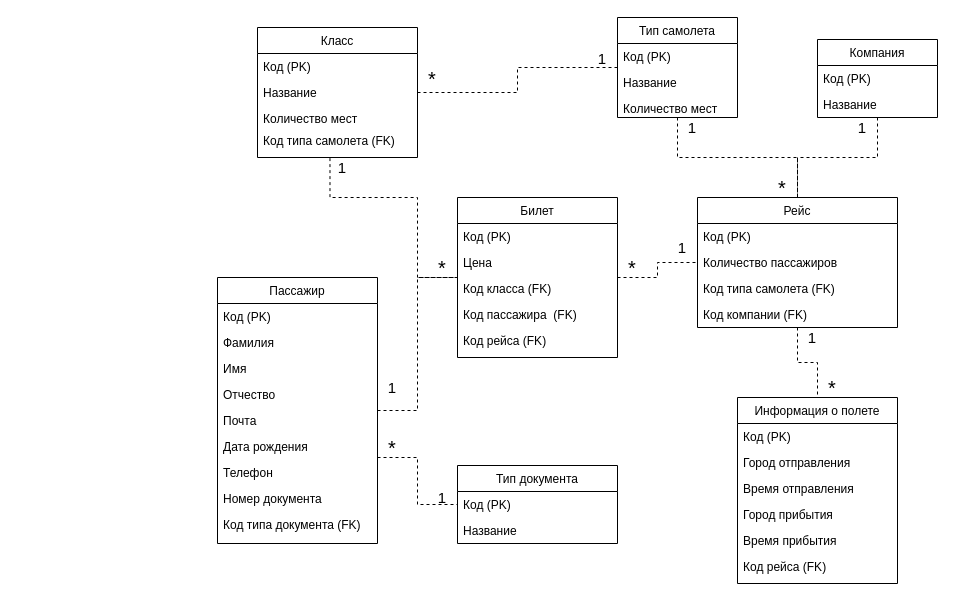
Kniger33/Institute keeps this draw.io diagram as 2 course/1 sem/БД/Вадим бд/Логическая схема.drawio. Above is the earlier version. Source tidied: cells renumbered, new cells numbered last; positions are measured from the earlier drawing's top-left corner, leaving out a move shared by most shapes. Both pictures are drawn from the tidied source at 100%, with x=0, y=0 at pixel (217, 17).
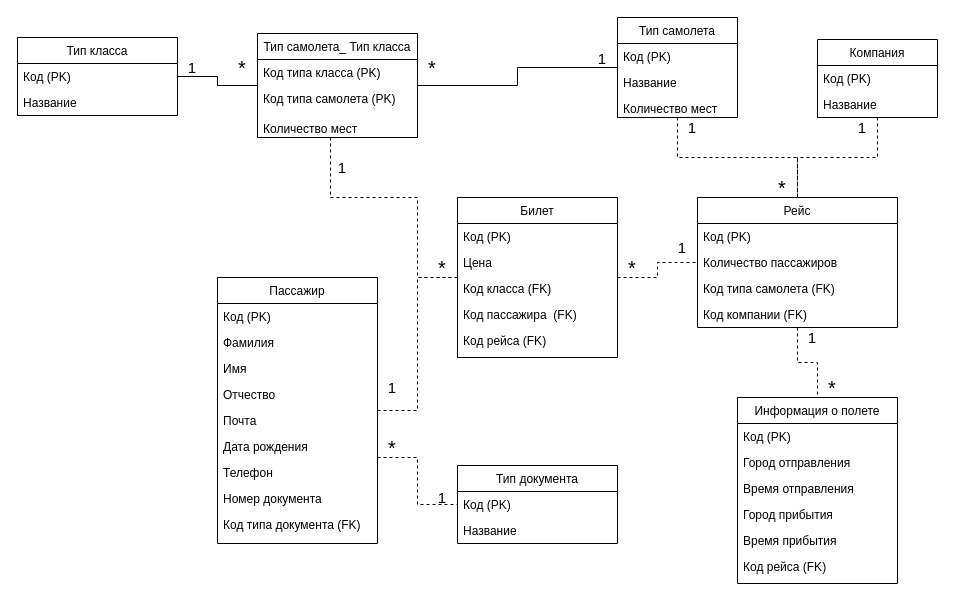
Above is the later version.

Unchanged cells that the change refers to:
```xml
<mxCell id="7" value="Тип самолета" style="swimlane;fontStyle=0;horizontal=1;startSize=26;" parent="1" vertex="1">
  <mxGeometry x="400" width="120" height="100" as="geometry" />
</mxCell>
<mxCell id="18" value="Билет" style="swimlane;fontStyle=0;horizontal=1;startSize=26;" parent="1" vertex="1">
  <mxGeometry x="240" y="180" width="160" height="160" as="geometry" />
</mxCell>
```

The edit, as a diff of the source:
```diff
@@
-    <mxCell id="24" style="edgeStyle=orthogonalEdgeStyle;rounded=0;jettySize=auto;html=1;dashed=1;endArrow=none;endFill=0;" parent="1" edge="1" source="26" target="7">
+    <mxCell id="24" style="edgeStyle=orthogonalEdgeStyle;rounded=0;jettySize=auto;html=1;endArrow=none;endFill=0;" parent="1" edge="1" source="26" target="7">
       <mxGeometry relative="1" as="geometry" />
     </mxCell>
-    <mxCell id="25" style="edgeStyle=orthogonalEdgeStyle;rounded=0;jettySize=auto;html=1;dashed=1;endArrow=none;endFill=0;exitX=0.453;exitY=1.02;exitDx=0;exitDy=0;exitPerimeter=0;" parent="1" edge="1" source="30" target="18">
+    <mxCell id="25" style="edgeStyle=orthogonalEdgeStyle;rounded=0;jettySize=auto;html=1;dashed=1;endArrow=none;endFill=0;" parent="1" edge="1" source="26" target="18">
       <mxGeometry relative="1" as="geometry">
         <Array as="points">
           <mxPoint x="113" y="180" />
           <mxPoint x="200" y="180" />
           <mxPoint x="200" y="260" />
         </Array>
       </mxGeometry>
     </mxCell>
+    <mxCell id="67" style="edgeStyle=orthogonalEdgeStyle;rounded=0;jettySize=auto;html=1;endArrow=none;endFill=0;" parent="1" edge="1" source="26" target="68">
+      <mxGeometry relative="1" as="geometry" />
+    </mxCell>
-    <mxCell id="26" value="Класс" style="swimlane;fontStyle=0;horizontal=1;startSize=26;" parent="1" vertex="1">
-      <mxGeometry x="40" y="10" width="160" height="130" as="geometry" />
+    <mxCell id="26" value="Тип самолета_ Тип класса" style="swimlane;fontStyle=0;horizontal=1;startSize=26;" parent="1" vertex="1">
+      <mxGeometry x="40" y="16" width="160" height="104" as="geometry" />
     </mxCell>
-    <mxCell id="27" value="Код (PK)" style="text;strokeColor=none;fillColor=none;align=left;verticalAlign=top;spacingLeft=4;spacingRight=4;overflow=hidden;" parent="26" vertex="1">
-      <mxGeometry y="26" width="160" height="26" as="geometry" />
-    </mxCell>
-    <mxCell id="28" value="Название" style="text;strokeColor=none;fillColor=none;align=left;verticalAlign=top;spacingLeft=4;spacingRight=4;overflow=hidden;" parent="26" vertex="1">
-      <mxGeometry y="52" width="160" height="26" as="geometry" />
+    <mxCell id="28" value="Код типа класса (PK)" style="text;strokeColor=none;fillColor=none;align=left;verticalAlign=top;spacingLeft=4;spacingRight=4;overflow=hidden;" parent="26" vertex="1">
+      <mxGeometry y="26" width="160" height="26" as="geometry" />
     </mxCell>
+    <mxCell id="30" value="Код типа самолета (PK)" style="text;strokeColor=none;fillColor=none;align=left;verticalAlign=top;spacingLeft=4;spacingRight=4;overflow=hidden;points=[[0,0.5],[1,0.5]];portConstraint=eastwest;" parent="26" vertex="1">
+      <mxGeometry y="52" width="160" height="30" as="geometry" />
+    </mxCell>
     <mxCell id="29" value="Количество мест" style="text;strokeColor=none;fillColor=none;align=left;verticalAlign=top;spacingLeft=4;spacingRight=4;overflow=hidden;" parent="26" vertex="1">
-      <mxGeometry y="78" width="160" height="22" as="geometry" />
+      <mxGeometry y="82" width="160" height="22" as="geometry" />
     </mxCell>
-    <mxCell id="30" value="Код типа самолета (FK)" style="text;strokeColor=none;fillColor=none;align=left;verticalAlign=top;spacingLeft=4;spacingRight=4;overflow=hidden;points=[[0,0.5],[1,0.5]];portConstraint=eastwest;" parent="26" vertex="1">
-      <mxGeometry y="100" width="160" height="30" as="geometry" />
-    </mxCell>
@@
     <mxCell id="44" value="&lt;font style=&quot;font-size: 20px&quot;&gt;*&lt;/font&gt;" style="text;html=1;strokeColor=none;fillColor=none;align=center;verticalAlign=middle;whiteSpace=wrap;rounded=0;" parent="1" vertex="1">
-      <mxGeometry x="200" y="51" width="30" height="20" as="geometry" />
+      <mxGeometry x="200" y="40" width="30" height="20" as="geometry" />
     </mxCell>
@@
+    <mxCell id="68" value="Тип класса" style="swimlane;fontStyle=0;horizontal=1;startSize=26;" parent="1" vertex="1">
+      <mxGeometry x="-200" y="20" width="160" height="78" as="geometry" />
+    </mxCell>
+    <mxCell id="27" value="Код (PK)" style="text;strokeColor=none;fillColor=none;align=left;verticalAlign=top;spacingLeft=4;spacingRight=4;overflow=hidden;" parent="68" vertex="1">
+      <mxGeometry y="26" width="160" height="26" as="geometry" />
+    </mxCell>
+    <mxCell id="69" value="Название" style="text;strokeColor=none;fillColor=none;align=left;verticalAlign=top;spacingLeft=4;spacingRight=4;overflow=hidden;" parent="68" vertex="1">
+      <mxGeometry y="52" width="160" height="26" as="geometry" />
+    </mxCell>
+    <mxCell id="70" value="&lt;font style=&quot;font-size: 20px&quot;&gt;*&lt;/font&gt;" style="text;html=1;strokeColor=none;fillColor=none;align=center;verticalAlign=middle;whiteSpace=wrap;rounded=0;" parent="1" vertex="1">
+      <mxGeometry x="10" y="40" width="30" height="20" as="geometry" />
+    </mxCell>
+    <mxCell id="71" value="&lt;font style=&quot;font-size: 15px&quot;&gt;1&lt;/font&gt;" style="text;html=1;strokeColor=none;fillColor=none;align=center;verticalAlign=middle;whiteSpace=wrap;rounded=0;" parent="1" vertex="1">
+      <mxGeometry x="-40" y="40" width="30" height="20" as="geometry" />
+    </mxCell>
```
